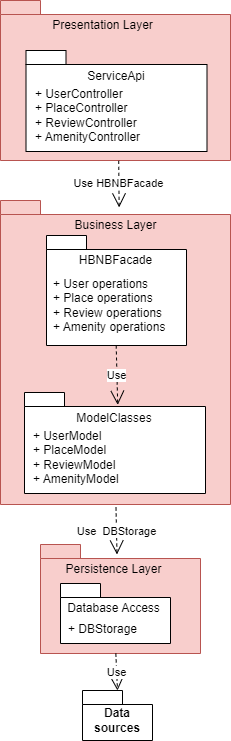
Above: part1/High-Level Package Diagram.drawio.png in rmarcais/holbertonschool-hbnb (draw.io), before the change. Source tidied: cells renumbered, new cells last; positions are measured from the earlier drawing's top-left corner, leaving out a move shared by most shapes. Its diagram source:
```xml
<mxGraphModel>
  <root>
    <mxCell id="0" />
    <mxCell id="1" parent="0" />
    <mxCell id="2" style="shape=folder;fontStyle=1;spacingTop=10;tabWidth=40;tabHeight=14;tabPosition=left;html=1;whiteSpace=wrap;fillColor=#f8cecc;strokeColor=#b85450;" parent="1" vertex="1">
      <mxGeometry width="230" height="160" as="geometry" />
    </mxCell>
    <mxCell id="3" value="Presentation Layer" style="text;html=1;align=center;verticalAlign=middle;whiteSpace=wrap;rounded=0;" parent="1" vertex="1">
      <mxGeometry x="40" y="10" width="125" height="30" as="geometry" />
    </mxCell>
    <mxCell id="4" style="shape=folder;fontStyle=1;spacingTop=10;tabWidth=40;tabHeight=14;tabPosition=left;html=1;whiteSpace=wrap;fillColor=#f8cecc;strokeColor=#b85450;" parent="1" vertex="1">
      <mxGeometry y="200" width="230" height="304" as="geometry" />
    </mxCell>
    <mxCell id="5" value="Business Layer" style="text;html=1;align=center;verticalAlign=middle;whiteSpace=wrap;rounded=0;" parent="1" vertex="1">
      <mxGeometry x="52.5" y="210" width="125" height="30" as="geometry" />
    </mxCell>
    <mxCell id="6" style="shape=folder;fontStyle=1;spacingTop=10;tabWidth=40;tabHeight=14;tabPosition=left;html=1;whiteSpace=wrap;fillColor=#f8cecc;strokeColor=#b85450;" parent="1" vertex="1">
      <mxGeometry x="40" y="544" width="160" height="109" as="geometry" />
    </mxCell>
    <mxCell id="7" value="Persistence Layer" style="text;html=1;align=center;verticalAlign=middle;whiteSpace=wrap;rounded=0;" parent="1" vertex="1">
      <mxGeometry x="51" y="554" width="125" height="30" as="geometry" />
    </mxCell>
    <mxCell id="8" style="shape=folder;fontStyle=1;spacingTop=10;tabWidth=40;tabHeight=14;tabPosition=left;html=1;whiteSpace=wrap;" parent="1" vertex="1">
      <mxGeometry x="24" y="392" width="181" height="101" as="geometry" />
    </mxCell>
    <mxCell id="9" value="ModelClasses" style="text;html=1;align=center;verticalAlign=middle;whiteSpace=wrap;rounded=0;" parent="1" vertex="1">
      <mxGeometry x="53" y="402.5" width="122" height="30" as="geometry" />
    </mxCell>
    <mxCell id="10" value="+ UserModel&lt;div&gt;+ PlaceModel&lt;/div&gt;&lt;div&gt;+ ReviewModel&lt;/div&gt;&lt;div&gt;+ AmenityModel&lt;/div&gt;" style="text;html=1;align=left;verticalAlign=middle;whiteSpace=wrap;rounded=0;" parent="1" vertex="1">
      <mxGeometry x="31" y="427.5" width="160" height="59.5" as="geometry" />
    </mxCell>
    <mxCell id="11" style="shape=folder;fontStyle=1;spacingTop=10;tabWidth=40;tabHeight=14;tabPosition=left;html=1;whiteSpace=wrap;" parent="1" vertex="1">
      <mxGeometry x="60" y="583" width="110" height="60" as="geometry" />
    </mxCell>
    <mxCell id="12" value="Database Access" style="text;html=1;align=center;verticalAlign=middle;whiteSpace=wrap;rounded=0;" parent="1" vertex="1">
      <mxGeometry x="51" y="593" width="125" height="30" as="geometry" />
    </mxCell>
    <mxCell id="13" value="+ DBStorage" style="text;html=1;align=left;verticalAlign=middle;whiteSpace=wrap;rounded=0;" parent="1" vertex="1">
      <mxGeometry x="65.5" y="614" width="93" height="30" as="geometry" />
    </mxCell>
    <mxCell id="14" style="shape=folder;fontStyle=1;spacingTop=10;tabWidth=40;tabHeight=14;tabPosition=left;html=1;whiteSpace=wrap;" parent="1" vertex="1">
      <mxGeometry x="25.5" y="50" width="181" height="101" as="geometry" />
    </mxCell>
    <mxCell id="15" value="ServiceApi" style="text;html=1;align=center;verticalAlign=middle;whiteSpace=wrap;rounded=0;" parent="1" vertex="1">
      <mxGeometry x="54.5" y="60.5" width="122" height="30" as="geometry" />
    </mxCell>
    <mxCell id="16" value="+ UserController&lt;div&gt;+ PlaceController&lt;/div&gt;&lt;div&gt;+ ReviewController&lt;/div&gt;&lt;div&gt;+ AmenityController&lt;/div&gt;" style="text;html=1;align=left;verticalAlign=middle;whiteSpace=wrap;rounded=0;" parent="1" vertex="1">
      <mxGeometry x="32.5" y="85.5" width="160" height="59.5" as="geometry" />
    </mxCell>
    <mxCell id="17" value="Use HBNBFacade" style="endArrow=open;endSize=12;dashed=1;html=1;rounded=0;exitX=0.514;exitY=1.002;exitDx=0;exitDy=0;exitPerimeter=0;entryX=0.533;entryY=-0.003;entryDx=0;entryDy=0;entryPerimeter=0;" parent="1" edge="1" source="2">
      <mxGeometry relative="1" as="geometry">
        <mxPoint x="118.6" y="206.9" as="targetPoint" />
      </mxGeometry>
    </mxCell>
    <mxCell id="18" value="Use&amp;nbsp; DBStorage" style="endArrow=open;endSize=12;dashed=1;html=1;rounded=0;exitX=0.514;exitY=1.002;exitDx=0;exitDy=0;exitPerimeter=0;entryX=0.533;entryY=-0.003;entryDx=0;entryDy=0;entryPerimeter=0;" parent="1" edge="1">
      <mxGeometry relative="1" as="geometry">
        <mxPoint x="115.5" y="507" as="sourcePoint" />
        <mxPoint x="116.5" y="554" as="targetPoint" />
      </mxGeometry>
    </mxCell>
    <mxCell id="19" style="shape=folder;fontStyle=1;spacingTop=10;tabWidth=40;tabHeight=14;tabPosition=left;html=1;whiteSpace=wrap;" parent="1" vertex="1">
      <mxGeometry x="46" y="235" width="140" height="110" as="geometry" />
    </mxCell>
    <mxCell id="20" value="HBNBFacade" style="text;html=1;align=center;verticalAlign=middle;whiteSpace=wrap;rounded=0;" parent="1" vertex="1">
      <mxGeometry x="53" y="245" width="125" height="30" as="geometry" />
    </mxCell>
    <mxCell id="21" value="+ User operations&lt;div&gt;+ Place&amp;nbsp;&lt;span style=&quot;background-color: initial;&quot;&gt;operations&lt;/span&gt;&lt;/div&gt;&lt;div&gt;+ Review&amp;nbsp;&lt;span style=&quot;background-color: initial;&quot;&gt;operations&lt;/span&gt;&lt;/div&gt;&lt;div&gt;+ Amenity&amp;nbsp;&lt;span style=&quot;background-color: initial;&quot;&gt;operations&lt;/span&gt;&lt;/div&gt;" style="text;html=1;align=left;verticalAlign=middle;whiteSpace=wrap;rounded=0;" parent="1" vertex="1">
      <mxGeometry x="51" y="275" width="118" height="59.5" as="geometry" />
    </mxCell>
    <mxCell id="22" value="Use" style="endArrow=open;endSize=12;dashed=1;html=1;rounded=0;exitX=0.514;exitY=1.002;exitDx=0;exitDy=0;exitPerimeter=0;entryX=0.515;entryY=0.122;entryDx=0;entryDy=0;entryPerimeter=0;" parent="1" edge="1" target="8">
      <mxGeometry relative="1" as="geometry">
        <mxPoint x="115.7" y="345" as="sourcePoint" />
      </mxGeometry>
    </mxCell>
    <mxCell id="23" value="Data sources" style="shape=folder;fontStyle=1;spacingTop=10;tabWidth=40;tabHeight=14;tabPosition=left;html=1;whiteSpace=wrap;" parent="1" vertex="1">
      <mxGeometry x="82" y="690" width="70" height="50" as="geometry" />
    </mxCell>
    <mxCell id="24" value="Use" style="endArrow=open;endSize=12;dashed=1;html=1;rounded=0;exitX=0.514;exitY=1.002;exitDx=0;exitDy=0;exitPerimeter=0;" parent="1" edge="1">
      <mxGeometry relative="1" as="geometry">
        <mxPoint x="115.3" y="653" as="sourcePoint" />
        <mxPoint x="117" y="690" as="targetPoint" />
      </mxGeometry>
    </mxCell>
  </root>
</mxGraphModel>
```
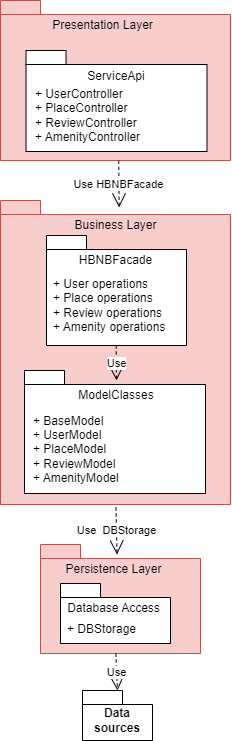
Later version of the same file.

Commit message:
Add BaseModel to the package diagram

What changed in the source:
```diff
@@ -21,13 +21,13 @@
       <mxGeometry x="51" y="554" width="125" height="30" as="geometry" />
     </mxCell>
     <mxCell id="8" style="shape=folder;fontStyle=1;spacingTop=10;tabWidth=40;tabHeight=14;tabPosition=left;html=1;whiteSpace=wrap;" parent="1" vertex="1">
-      <mxGeometry x="24" y="392" width="181" height="101" as="geometry" />
+      <mxGeometry x="24" y="370" width="181" height="123" as="geometry" />
     </mxCell>
     <mxCell id="9" value="ModelClasses" style="text;html=1;align=center;verticalAlign=middle;whiteSpace=wrap;rounded=0;" parent="1" vertex="1">
-      <mxGeometry x="53" y="402.5" width="122" height="30" as="geometry" />
+      <mxGeometry x="55" y="380" width="122" height="30" as="geometry" />
     </mxCell>
-    <mxCell id="10" value="+ UserModel&lt;div&gt;+ PlaceModel&lt;/div&gt;&lt;div&gt;+ ReviewModel&lt;/div&gt;&lt;div&gt;+ AmenityModel&lt;/div&gt;" style="text;html=1;align=left;verticalAlign=middle;whiteSpace=wrap;rounded=0;" parent="1" vertex="1">
-      <mxGeometry x="31" y="427.5" width="160" height="59.5" as="geometry" />
+    <mxCell id="10" value="&lt;div&gt;+ BaseModel&lt;/div&gt;+ UserModel&lt;div&gt;+ PlaceModel&lt;/div&gt;&lt;div&gt;+ ReviewModel&lt;/div&gt;&lt;div&gt;+ AmenityModel&lt;/div&gt;" style="text;html=1;align=left;verticalAlign=middle;whiteSpace=wrap;rounded=0;" parent="1" vertex="1">
+      <mxGeometry x="31" y="410" width="160" height="77" as="geometry" />
     </mxCell>
     <mxCell id="11" style="shape=folder;fontStyle=1;spacingTop=10;tabWidth=40;tabHeight=14;tabPosition=left;html=1;whiteSpace=wrap;" parent="1" vertex="1">
       <mxGeometry x="60" y="583" width="110" height="60" as="geometry" />
@@ -67,9 +67,10 @@
     <mxCell id="21" value="+ User operations&lt;div&gt;+ Place&amp;nbsp;&lt;span style=&quot;background-color: initial;&quot;&gt;operations&lt;/span&gt;&lt;/div&gt;&lt;div&gt;+ Review&amp;nbsp;&lt;span style=&quot;background-color: initial;&quot;&gt;operations&lt;/span&gt;&lt;/div&gt;&lt;div&gt;+ Amenity&amp;nbsp;&lt;span style=&quot;background-color: initial;&quot;&gt;operations&lt;/span&gt;&lt;/div&gt;" style="text;html=1;align=left;verticalAlign=middle;whiteSpace=wrap;rounded=0;" parent="1" vertex="1">
       <mxGeometry x="51" y="275" width="118" height="59.5" as="geometry" />
     </mxCell>
-    <mxCell id="22" value="Use" style="endArrow=open;endSize=12;dashed=1;html=1;rounded=0;exitX=0.514;exitY=1.002;exitDx=0;exitDy=0;exitPerimeter=0;entryX=0.515;entryY=0.122;entryDx=0;entryDy=0;entryPerimeter=0;" parent="1" edge="1" target="8">
+    <mxCell id="22" value="Use" style="endArrow=open;endSize=12;dashed=1;html=1;rounded=0;exitX=0.514;exitY=1.002;exitDx=0;exitDy=0;exitPerimeter=0;" parent="1" edge="1">
       <mxGeometry relative="1" as="geometry">
         <mxPoint x="115.7" y="345" as="sourcePoint" />
+        <mxPoint x="116" y="380" as="targetPoint" />
       </mxGeometry>
     </mxCell>
     <mxCell id="23" value="Data sources" style="shape=folder;fontStyle=1;spacingTop=10;tabWidth=40;tabHeight=14;tabPosition=left;html=1;whiteSpace=wrap;" parent="1" vertex="1">
```
